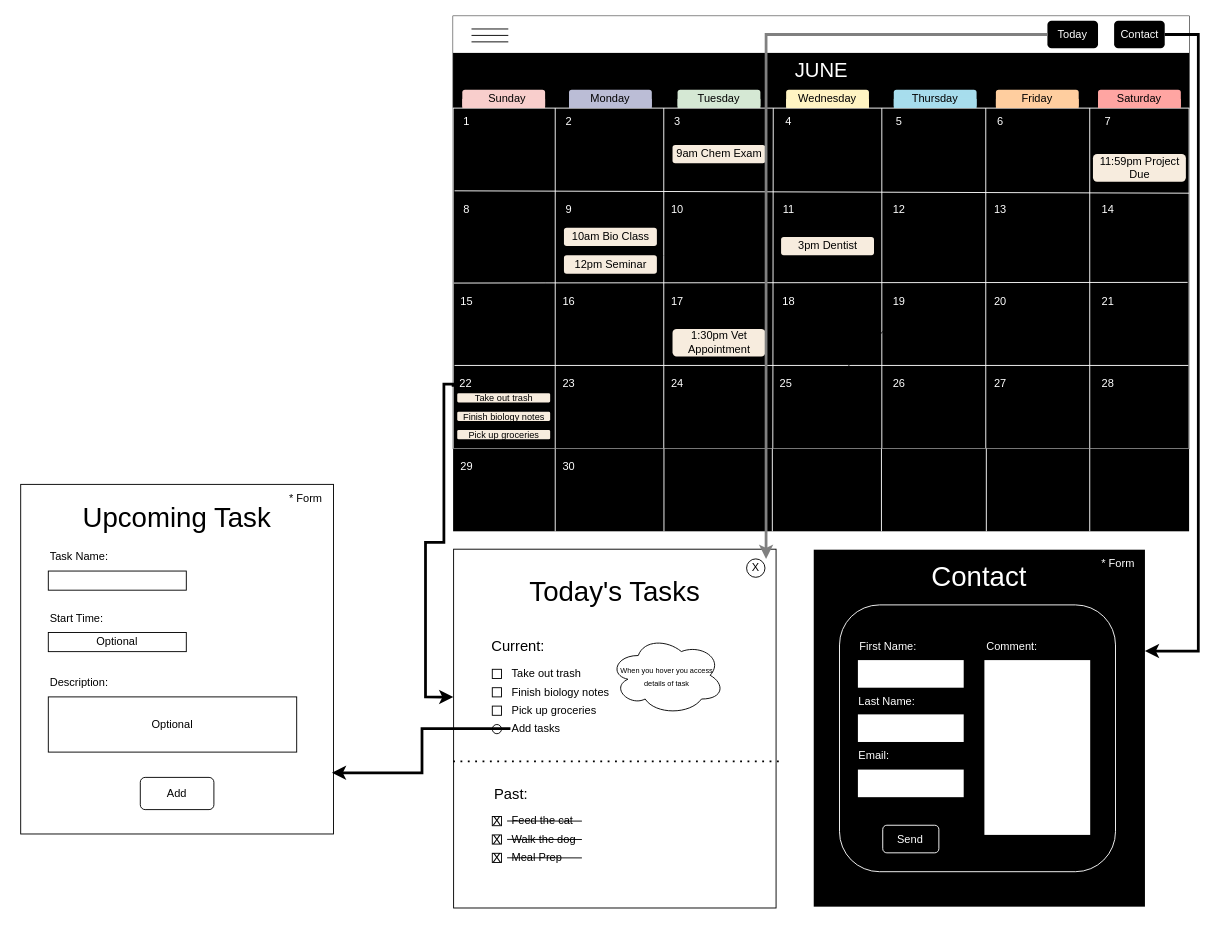
anytko/task_management_app keeps this draw.io diagram as Wireframes.drawio. Above is the earlier version. Source tidied: cells renumbered, new cells numbered last; positions are measured from the earlier drawing's top-left corner, leaving out a move shared by most shapes. Both pictures are drawn from the tidied source at 92%, with x=0, y=0 at pixel (20, 16).
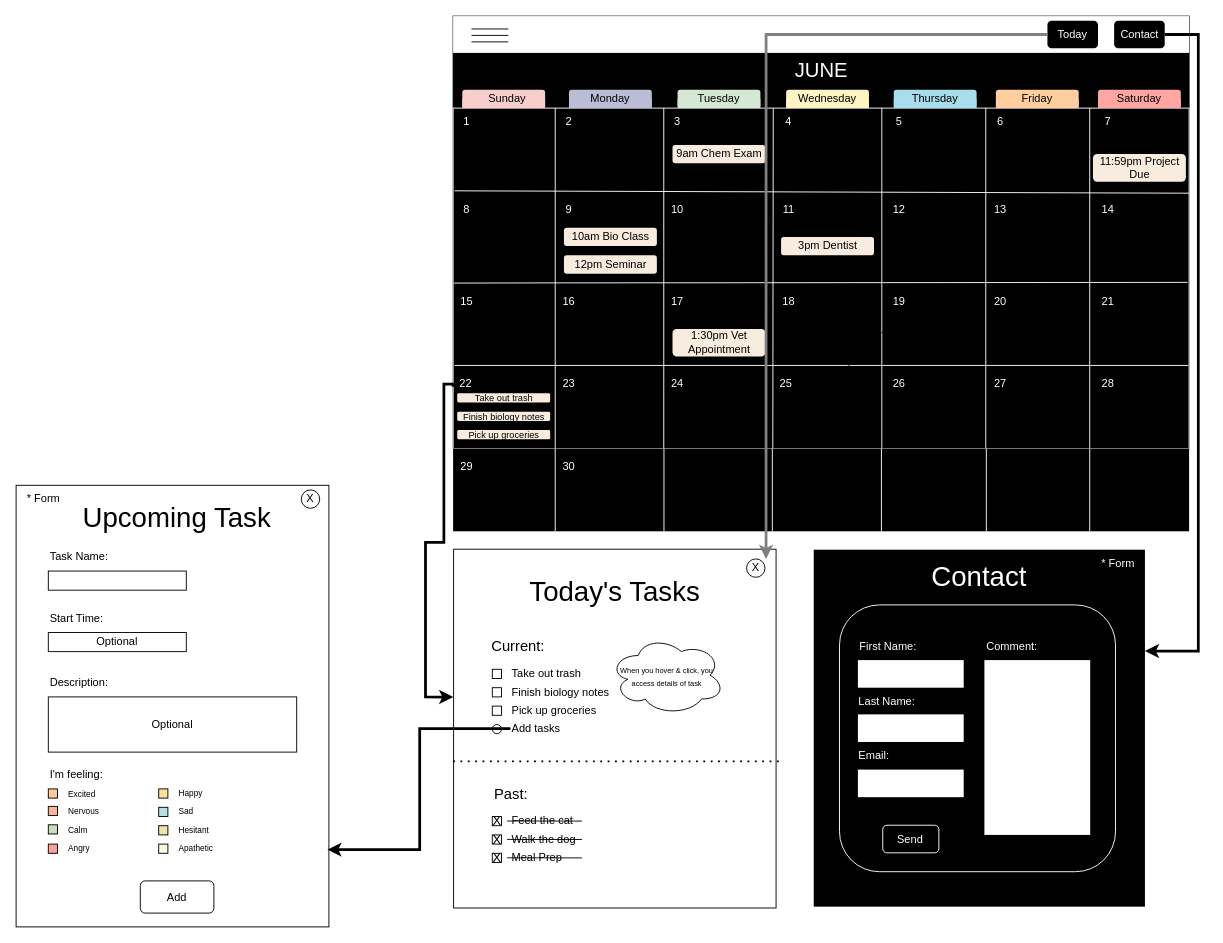
After the change.

What changed in the source:
```diff
@@
     <mxCell id="128" style="rounded=0;whiteSpace=wrap;html=1;" parent="1" vertex="1">
-      <mxGeometry y="509" width="340" height="380" as="geometry" />
+      <mxGeometry x="-5" y="510" width="340" height="480" as="geometry" />
     </mxCell>
@@
     <mxCell id="136" style="rounded=1;whiteSpace=wrap;html=1;" parent="1" vertex="1">
-      <mxGeometry x="130" y="827.5" width="80" height="35" as="geometry" />
+      <mxGeometry x="130" y="940" width="80" height="35" as="geometry" />
     </mxCell>
     <mxCell id="137" value="Add" style="text;html=1;align=center;verticalAlign=middle;whiteSpace=wrap;rounded=0;" parent="1" vertex="1">
-      <mxGeometry x="140" y="830" width="60" height="30" as="geometry" />
+      <mxGeometry x="140" y="942.5" width="60" height="30" as="geometry" />
     </mxCell>
-    <mxCell id="138" value="&lt;font style=&quot;font-size: 8px;&quot;&gt;When you hover you access details of task&lt;/font&gt;" style="ellipse;shape=cloud;whiteSpace=wrap;html=1;" parent="1" vertex="1">
+    <mxCell id="138" value="&lt;font style=&quot;font-size: 8px;&quot;&gt;When you hover &amp;amp; click, you access details of task&lt;/font&gt;" style="ellipse;shape=cloud;whiteSpace=wrap;html=1;" parent="1" vertex="1">
       <mxGeometry x="640" y="673.5" width="125" height="86" as="geometry" />
     </mxCell>
@@
     <mxCell id="143" value="* Form" style="text;html=1;align=center;verticalAlign=middle;whiteSpace=wrap;rounded=0;" parent="1" vertex="1">
-      <mxGeometry x="280" y="510" width="60" height="30" as="geometry" />
+      <mxGeometry x="-5" y="510" width="60" height="30" as="geometry" />
     </mxCell>
@@
+    <mxCell id="145" value="I'm feeling:" style="text;html=1;align=left;verticalAlign=middle;whiteSpace=wrap;rounded=0;" parent="1" vertex="1">
+      <mxGeometry x="30" y="810" width="90" height="30" as="geometry" />
+    </mxCell>
+    <mxCell id="146" style="whiteSpace=wrap;html=1;fillColor=#FBC99D;" parent="1" vertex="1">
+      <mxGeometry x="30" y="840" width="10" height="10" as="geometry" />
+    </mxCell>
+    <mxCell id="147" style="whiteSpace=wrap;html=1;fillColor=#FBB39D;" parent="1" vertex="1">
+      <mxGeometry x="30" y="859" width="10" height="10" as="geometry" />
+    </mxCell>
+    <mxCell id="148" style="whiteSpace=wrap;html=1;fillColor=#C8DDBB;" parent="1" vertex="1">
+      <mxGeometry x="30" y="879" width="10" height="10" as="geometry" />
+    </mxCell>
+    <mxCell id="149" style="whiteSpace=wrap;html=1;fillColor=#FBDF9D;" parent="1" vertex="1">
+      <mxGeometry x="150" y="840" width="10" height="10" as="geometry" />
+    </mxCell>
+    <mxCell id="150" style="whiteSpace=wrap;html=1;fillColor=#B6E2DD;" parent="1" vertex="1">
+      <mxGeometry x="150" y="860" width="10" height="10" as="geometry" />
+    </mxCell>
+    <mxCell id="151" value="&lt;font style=&quot;font-size: 9px;&quot;&gt;Excited&lt;/font&gt;" style="text;html=1;align=left;verticalAlign=middle;whiteSpace=wrap;rounded=0;" parent="1" vertex="1">
+      <mxGeometry x="50" y="830" width="90" height="30" as="geometry" />
+    </mxCell>
+    <mxCell id="152" value="&lt;font style=&quot;font-size: 9px;&quot;&gt;Nervous&lt;/font&gt;" style="text;html=1;align=left;verticalAlign=middle;whiteSpace=wrap;rounded=0;" parent="1" vertex="1">
+      <mxGeometry x="50" y="849" width="90" height="30" as="geometry" />
+    </mxCell>
+    <mxCell id="153" value="&lt;font style=&quot;font-size: 9px;&quot;&gt;Calm&lt;/font&gt;" style="text;html=1;align=left;verticalAlign=middle;whiteSpace=wrap;rounded=0;" parent="1" vertex="1">
+      <mxGeometry x="50" y="869" width="90" height="30" as="geometry" />
+    </mxCell>
+    <mxCell id="154" value="&lt;font style=&quot;font-size: 9px;&quot;&gt;Happy&lt;/font&gt;" style="text;html=1;align=left;verticalAlign=middle;whiteSpace=wrap;rounded=0;" parent="1" vertex="1">
+      <mxGeometry x="170" y="829" width="90" height="30" as="geometry" />
+    </mxCell>
+    <mxCell id="155" value="&lt;font style=&quot;font-size: 9px;&quot;&gt;Sad&lt;/font&gt;" style="text;html=1;align=left;verticalAlign=middle;whiteSpace=wrap;rounded=0;" parent="1" vertex="1">
+      <mxGeometry x="170" y="849" width="90" height="30" as="geometry" />
+    </mxCell>
+    <mxCell id="156" value="&lt;font style=&quot;font-size: 9px;&quot;&gt;Hesitant&lt;/font&gt;" style="text;html=1;align=left;verticalAlign=middle;whiteSpace=wrap;rounded=0;" parent="1" vertex="1">
+      <mxGeometry x="170" y="869" width="90" height="30" as="geometry" />
+    </mxCell>
+    <mxCell id="157" style="whiteSpace=wrap;html=1;fillColor=#E9E5AF;" parent="1" vertex="1">
+      <mxGeometry x="150" y="880" width="10" height="10" as="geometry" />
+    </mxCell>
+    <mxCell id="158" style="whiteSpace=wrap;html=1;fillColor=#FBA09D;" parent="1" vertex="1">
+      <mxGeometry x="30" y="900" width="10" height="10" as="geometry" />
+    </mxCell>
+    <mxCell id="159" value="&lt;font style=&quot;font-size: 9px;&quot;&gt;Angry&lt;/font&gt;" style="text;html=1;align=left;verticalAlign=middle;whiteSpace=wrap;rounded=0;" parent="1" vertex="1">
+      <mxGeometry x="50" y="889" width="90" height="30" as="geometry" />
+    </mxCell>
+    <mxCell id="160" style="whiteSpace=wrap;html=1;fillColor=#FEFAE0;" parent="1" vertex="1">
+      <mxGeometry x="150" y="900" width="10" height="10" as="geometry" />
+    </mxCell>
+    <mxCell id="161" value="&lt;font style=&quot;font-size: 9px;&quot;&gt;Apathetic&lt;/font&gt;" style="text;html=1;align=left;verticalAlign=middle;whiteSpace=wrap;rounded=0;" parent="1" vertex="1">
+      <mxGeometry x="170" y="889" width="90" height="30" as="geometry" />
+    </mxCell>
+    <mxCell id="162" style="ellipse;whiteSpace=wrap;html=1;" parent="1" vertex="1">
+      <mxGeometry x="305" y="515" width="20" height="20" as="geometry" />
+    </mxCell>
+    <mxCell id="163" value="X" style="text;html=1;align=center;verticalAlign=middle;whiteSpace=wrap;rounded=0;" parent="1" vertex="1">
+      <mxGeometry x="285" y="510" width="60" height="30" as="geometry" />
+    </mxCell>
```
